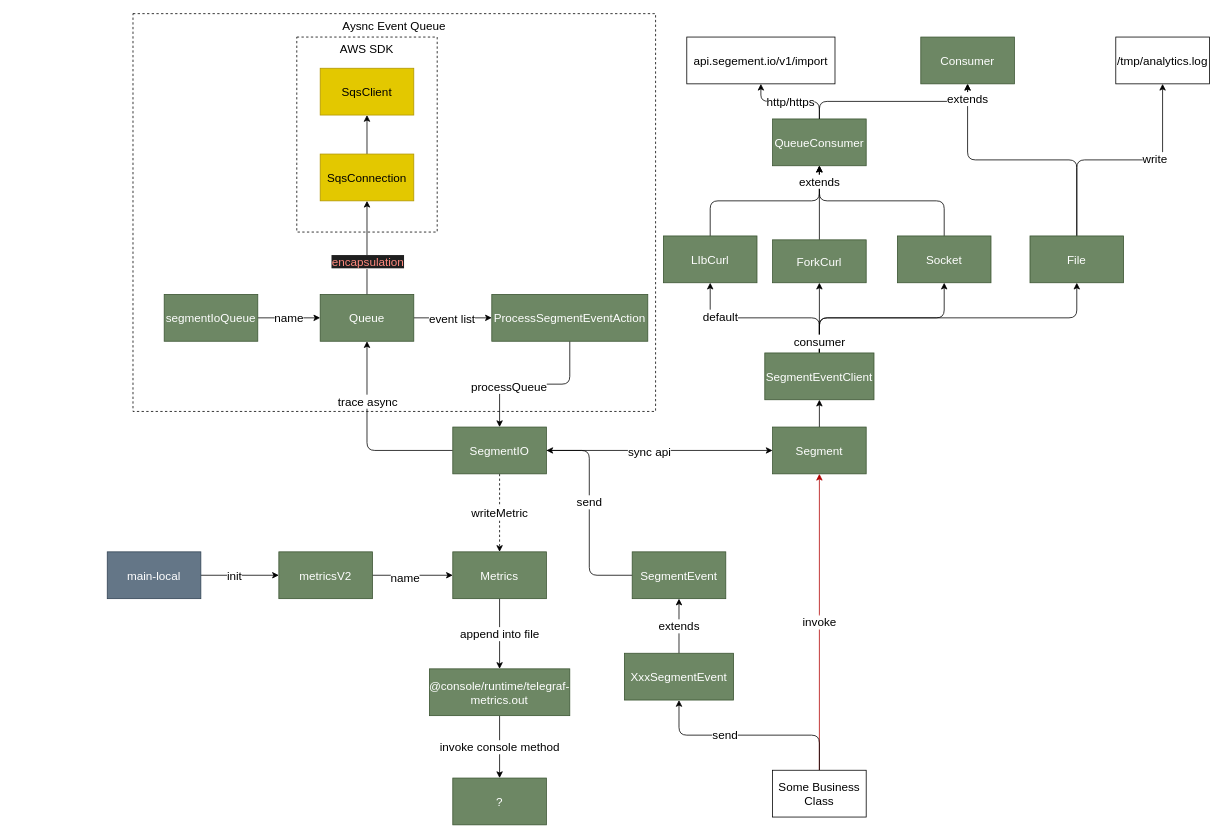
Earlier version of the draw.io diagram assets/SegmentEvent.drawio (sheldon-pacvue/segmenet-event). Source tidied: cells renumbered, new cells numbered last; positions are measured from the earlier drawing's top-left corner, leaving out a move shared by most shapes. Both pictures are drawn from the tidied source at 78%, with x=0, y=0 at pixel (107, 13).
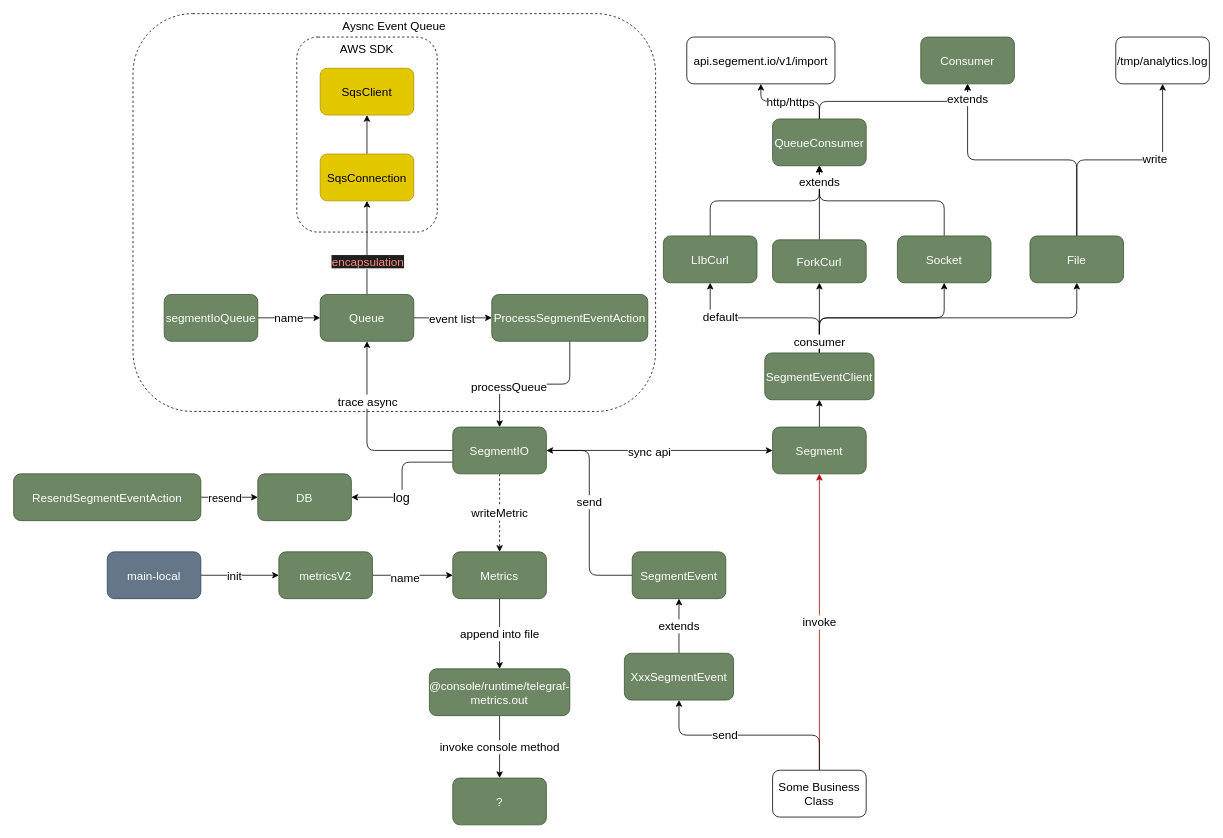
Above is the later version.

The change refers to these unchanged cells:
```xml
<mxCell id="4" style="edgeStyle=orthogonalEdgeStyle;html=1;exitX=0.5;exitY=0;exitDx=0;exitDy=0;endArrow=classic;endFill=1;fontSize=15;" parent="1" edge="1" source="9" target="52">
  <mxGeometry relative="1" as="geometry" />
</mxCell>
<mxCell id="13" style="edgeStyle=orthogonalEdgeStyle;html=1;exitX=0.5;exitY=0;exitDx=0;exitDy=0;entryX=0.5;entryY=1;entryDx=0;entryDy=0;endArrow=classic;endFill=1;fontSize=15;" parent="1" edge="1" source="15" target="49">
  <mxGeometry relative="1" as="geometry" />
</mxCell>
<mxCell id="16" style="edgeStyle=orthogonalEdgeStyle;html=1;entryX=0;entryY=0.5;entryDx=0;entryDy=0;exitX=1;exitY=0.5;exitDx=0;exitDy=0;fontSize=15;" parent="1" edge="1" source="21" target="11">
  <mxGeometry relative="1" as="geometry" />
</mxCell>
<mxCell id="18" style="edgeStyle=orthogonalEdgeStyle;html=1;exitX=0;exitY=0.5;exitDx=0;exitDy=0;entryX=0.5;entryY=1;entryDx=0;entryDy=0;fontSize=15;" parent="1" edge="1" source="21" target="30">
  <mxGeometry relative="1" as="geometry" />
</mxCell>
<mxCell id="24" style="edgeStyle=orthogonalEdgeStyle;html=1;fontSize=15;" parent="1" edge="1" source="30" target="32">
  <mxGeometry relative="1" as="geometry" />
</mxCell>
<mxCell id="26" style="edgeStyle=orthogonalEdgeStyle;html=1;entryX=0.5;entryY=0;entryDx=0;entryDy=0;fontSize=15;" parent="1" edge="1" source="50" target="21">
  <mxGeometry relative="1" as="geometry" />
</mxCell>
<mxCell id="28" style="edgeStyle=orthogonalEdgeStyle;html=1;exitX=1;exitY=0.5;exitDx=0;exitDy=0;entryX=0;entryY=0.5;entryDx=0;entryDy=0;endArrow=classic;endFill=1;fontSize=15;" parent="1" edge="1" source="30" target="50">
  <mxGeometry relative="1" as="geometry" />
</mxCell>
<mxCell id="36" style="edgeStyle=orthogonalEdgeStyle;html=1;endArrow=classic;endFill=1;fontSize=15;" parent="1" edge="1" source="38" target="35">
  <mxGeometry relative="1" as="geometry" />
</mxCell>
<mxCell id="39" style="edgeStyle=orthogonalEdgeStyle;html=1;endArrow=classic;endFill=1;fontSize=15;" parent="1" edge="1" source="41" target="38">
  <mxGeometry relative="1" as="geometry" />
</mxCell>
<mxCell id="45" style="edgeStyle=orthogonalEdgeStyle;html=1;entryX=1;entryY=0.5;entryDx=0;entryDy=0;endArrow=classic;endFill=1;fontSize=15;" parent="1" edge="1" source="47" target="21">
  <mxGeometry relative="1" as="geometry" />
</mxCell>
<mxCell id="56" style="edgeStyle=orthogonalEdgeStyle;html=1;endArrow=classic;endFill=1;fontSize=15;" parent="1" edge="1" source="58" target="65">
  <mxGeometry relative="1" as="geometry" />
</mxCell>
```

The edit, as a diff of the source:
```diff
@@
-    <mxCell id="2" value="Aysnc Event Queue" style="rounded=0;whiteSpace=wrap;html=1;dashed=1;verticalAlign=top;fontSize=15;" parent="1" vertex="1">
+    <mxCell id="2" value="Aysnc Event Queue" style="rounded=1;whiteSpace=wrap;html=1;dashed=1;verticalAlign=top;fontSize=15;" parent="1" vertex="1">
       <mxGeometry x="33" width="670" height="510" as="geometry" />
     </mxCell>
-    <mxCell id="3" value="AWS SDK" style="rounded=0;whiteSpace=wrap;html=1;verticalAlign=top;dashed=1;fontSize=15;" parent="1" vertex="1">
+    <mxCell id="3" value="AWS SDK" style="rounded=1;whiteSpace=wrap;html=1;verticalAlign=top;dashed=1;fontSize=15;" parent="1" vertex="1">
       <mxGeometry x="243" y="30" width="180" height="250" as="geometry" />
     </mxCell>
@@
-    <mxCell id="5" value="default" style="edgeLabel;html=1;align=center;verticalAlign=middle;fontSize=15;" parent="4" vertex="1">
+    <mxCell id="5" value="default" style="edgeLabel;html=1;align=center;verticalAlign=middle;fontSize=15;rounded=1;" parent="4" vertex="1">
       <mxGeometry x="0.5" y="-3" relative="1" as="geometry" />
     </mxCell>
@@
-    <mxCell id="9" value="SegmentEventClient" style="rounded=0;whiteSpace=wrap;html=1;fillColor=#6d8764;fontColor=#ffffff;strokeColor=#3A5431;fontSize=15;" parent="1" vertex="1">
+    <mxCell id="9" value="SegmentEventClient" style="rounded=1;whiteSpace=wrap;html=1;fillColor=#6d8764;fontColor=#ffffff;strokeColor=#3A5431;fontSize=15;" parent="1" vertex="1">
       <mxGeometry x="843" y="435" width="140" height="60" as="geometry" />
     </mxCell>
@@
-    <mxCell id="11" value="Segment" style="rounded=0;whiteSpace=wrap;html=1;fillColor=#6d8764;fontColor=#ffffff;strokeColor=#3A5431;fontSize=15;" parent="1" vertex="1">
+    <mxCell id="11" value="Segment" style="rounded=1;whiteSpace=wrap;html=1;fillColor=#6d8764;fontColor=#ffffff;strokeColor=#3A5431;fontSize=15;" parent="1" vertex="1">
       <mxGeometry x="853" y="530" width="120" height="60" as="geometry" />
     </mxCell>
@@
-    <mxCell id="14" value="send" style="edgeLabel;html=1;align=center;verticalAlign=middle;fontSize=15;" parent="13" vertex="1">
+    <mxCell id="14" value="send" style="edgeLabel;html=1;align=center;verticalAlign=middle;fontSize=15;rounded=1;" parent="13" vertex="1">
       <mxGeometry x="0.24" y="-1" relative="1" as="geometry" />
     </mxCell>
-    <mxCell id="15" value="Some Business Class" style="rounded=0;whiteSpace=wrap;html=1;fontSize=15;" parent="1" vertex="1">
+    <mxCell id="15" value="Some Business Class" style="rounded=1;whiteSpace=wrap;html=1;fontSize=15;" parent="1" vertex="1">
       <mxGeometry x="853" y="970" width="120" height="60" as="geometry" />
     </mxCell>
@@
-    <mxCell id="17" value="sync api" style="edgeLabel;html=1;align=center;verticalAlign=middle;fontSize=15;" parent="16" vertex="1">
+    <mxCell id="17" value="sync api" style="edgeLabel;html=1;align=center;verticalAlign=middle;fontSize=15;rounded=1;" parent="16" vertex="1">
       <mxGeometry x="0.24" y="2" relative="1" as="geometry">
         <mxPoint x="-49" y="2" as="offset" />
       </mxGeometry>
     </mxCell>
@@
-    <mxCell id="19" value="trace async" style="edgeLabel;html=1;align=center;verticalAlign=middle;fontSize=15;" parent="18" vertex="1">
+    <mxCell id="19" value="trace async" style="edgeLabel;html=1;align=center;verticalAlign=middle;fontSize=15;rounded=1;" parent="18" vertex="1">
       <mxGeometry x="0.19" y="-2" relative="1" as="geometry">
         <mxPoint x="-2" y="-25" as="offset" />
       </mxGeometry>
     </mxCell>
@@
+    <mxCell id="67" style="edgeStyle=orthogonalEdgeStyle;rounded=1;jettySize=auto;html=1;exitX=0;exitY=0.75;exitDx=0;exitDy=0;entryX=1;entryY=0.5;entryDx=0;entryDy=0;" parent="1" edge="1" source="21" target="69">
+      <mxGeometry relative="1" as="geometry" />
+    </mxCell>
+    <mxCell id="68" value="log" style="edgeLabel;html=1;align=center;verticalAlign=middle;fontSize=16;" parent="67" vertex="1">
+      <mxGeometry x="0.28" y="-1" relative="1" as="geometry" />
+    </mxCell>
-    <mxCell id="21" value="SegmentIO" style="rounded=0;whiteSpace=wrap;html=1;fillColor=#6d8764;fontColor=#ffffff;strokeColor=#3A5431;fontSize=15;" parent="1" vertex="1">
+    <mxCell id="21" value="SegmentIO" style="rounded=1;whiteSpace=wrap;html=1;fillColor=#6d8764;fontColor=#ffffff;strokeColor=#3A5431;fontSize=15;" parent="1" vertex="1">
       <mxGeometry x="443" y="530" width="120" height="60" as="geometry" />
     </mxCell>
@@
-    <mxCell id="23" value="segmentIoQueue" style="rounded=0;whiteSpace=wrap;html=1;fillColor=#6d8764;fontColor=#ffffff;strokeColor=#3A5431;fontSize=15;" parent="1" vertex="1">
+    <mxCell id="23" value="segmentIoQueue" style="rounded=1;whiteSpace=wrap;html=1;fillColor=#6d8764;fontColor=#ffffff;strokeColor=#3A5431;fontSize=15;" parent="1" vertex="1">
       <mxGeometry x="73" y="360" width="120" height="60" as="geometry" />
     </mxCell>
@@
-    <mxCell id="25" value="&lt;span style=&quot;color: rgb(255, 137, 126); font-family: Arial, sans-serif; font-size: 15px; text-align: left; background-color: rgb(31, 31, 31);&quot; class=&quot;t55VCb&quot;&gt;encapsulation&lt;/span&gt;" style="edgeLabel;html=1;align=center;verticalAlign=middle;fontSize=15;" parent="24" vertex="1">
+    <mxCell id="25" value="&lt;span style=&quot;color: rgb(255, 137, 126); font-family: Arial, sans-serif; font-size: 15px; text-align: left; background-color: rgb(31, 31, 31);&quot; class=&quot;t55VCb&quot;&gt;encapsulation&lt;/span&gt;" style="edgeLabel;html=1;align=center;verticalAlign=middle;fontSize=15;rounded=1;" parent="24" vertex="1">
       <mxGeometry x="-0.17" y="4" relative="1" as="geometry">
         <mxPoint x="4" y="7" as="offset" />
       </mxGeometry>
     </mxCell>
@@
-    <mxCell id="27" value="processQueue" style="edgeLabel;html=1;align=center;verticalAlign=middle;fontSize=15;" parent="26" vertex="1">
+    <mxCell id="27" value="processQueue" style="edgeLabel;html=1;align=center;verticalAlign=middle;fontSize=15;rounded=1;" parent="26" vertex="1">
       <mxGeometry x="0.34" y="2" relative="1" as="geometry" />
     </mxCell>
@@
-    <mxCell id="29" value="event list" style="edgeLabel;html=1;align=center;verticalAlign=middle;fontSize=15;" parent="28" vertex="1">
+    <mxCell id="29" value="event list" style="edgeLabel;html=1;align=center;verticalAlign=middle;fontSize=15;rounded=1;" parent="28" vertex="1">
       <mxGeometry x="-0.24" y="-2" relative="1" as="geometry">
         <mxPoint x="10" y="-2" as="offset" />
       </mxGeometry>
     </mxCell>
-    <mxCell id="30" value="Queue" style="rounded=0;whiteSpace=wrap;html=1;fillColor=#6d8764;fontColor=#ffffff;strokeColor=#3A5431;fontSize=15;" parent="1" vertex="1">
+    <mxCell id="30" value="Queue" style="rounded=1;whiteSpace=wrap;html=1;fillColor=#6d8764;fontColor=#ffffff;strokeColor=#3A5431;fontSize=15;" parent="1" vertex="1">
       <mxGeometry x="273" y="360" width="120" height="60" as="geometry" />
     </mxCell>
@@
-    <mxCell id="32" value="SqsConnection" style="rounded=0;whiteSpace=wrap;html=1;fillColor=#e3c800;fontColor=#000000;strokeColor=#B09500;fontSize=15;" parent="1" vertex="1">
+    <mxCell id="32" value="SqsConnection" style="rounded=1;whiteSpace=wrap;html=1;fillColor=#e3c800;fontColor=#000000;strokeColor=#B09500;fontSize=15;" parent="1" vertex="1">
       <mxGeometry x="273" y="180" width="120" height="60" as="geometry" />
     </mxCell>
-    <mxCell id="33" value="SqsClient" style="rounded=0;whiteSpace=wrap;html=1;fillColor=#e3c800;fontColor=#000000;strokeColor=#B09500;fontSize=15;" parent="1" vertex="1">
+    <mxCell id="33" value="SqsClient" style="rounded=1;whiteSpace=wrap;html=1;fillColor=#e3c800;fontColor=#000000;strokeColor=#B09500;fontSize=15;" parent="1" vertex="1">
       <mxGeometry x="273" y="70" width="120" height="60" as="geometry" />
     </mxCell>
@@
-    <mxCell id="35" value="Metrics" style="rounded=0;whiteSpace=wrap;html=1;fillColor=#6d8764;fontColor=#ffffff;strokeColor=#3A5431;fontSize=15;" parent="1" vertex="1">
+    <mxCell id="35" value="Metrics" style="rounded=1;whiteSpace=wrap;html=1;fillColor=#6d8764;fontColor=#ffffff;strokeColor=#3A5431;fontSize=15;" parent="1" vertex="1">
       <mxGeometry x="443" y="690" width="120" height="60" as="geometry" />
     </mxCell>
@@
-    <mxCell id="37" value="name" style="edgeLabel;html=1;align=center;verticalAlign=middle;fontSize=15;" parent="36" vertex="1">
+    <mxCell id="37" value="name" style="edgeLabel;html=1;align=center;verticalAlign=middle;fontSize=15;rounded=1;" parent="36" vertex="1">
       <mxGeometry x="-0.2" y="-2" relative="1" as="geometry" />
     </mxCell>
-    <mxCell id="38" value="metricsV2" style="rounded=0;whiteSpace=wrap;html=1;fillColor=#6d8764;fontColor=#ffffff;strokeColor=#3A5431;fontSize=15;" parent="1" vertex="1">
+    <mxCell id="38" value="metricsV2" style="rounded=1;whiteSpace=wrap;html=1;fillColor=#6d8764;fontColor=#ffffff;strokeColor=#3A5431;fontSize=15;" parent="1" vertex="1">
       <mxGeometry x="220" y="690" width="120" height="60" as="geometry" />
     </mxCell>
@@
-    <mxCell id="40" value="init" style="edgeLabel;html=1;align=center;verticalAlign=middle;fontSize=15;" parent="39" vertex="1">
+    <mxCell id="40" value="init" style="edgeLabel;html=1;align=center;verticalAlign=middle;fontSize=15;rounded=1;" parent="39" vertex="1">
       <mxGeometry x="0.2" y="-1" relative="1" as="geometry">
         <mxPoint x="-18" y="-1" as="offset" />
       </mxGeometry>
     </mxCell>
-    <mxCell id="41" value="main-local" style="rounded=0;whiteSpace=wrap;html=1;fillColor=#647687;fontColor=#ffffff;strokeColor=#314354;fontSize=15;" parent="1" vertex="1">
+    <mxCell id="41" value="main-local" style="rounded=1;whiteSpace=wrap;html=1;fillColor=#647687;fontColor=#ffffff;strokeColor=#314354;fontSize=15;" parent="1" vertex="1">
       <mxGeometry y="690" width="120" height="60" as="geometry" />
     </mxCell>
@@
-    <mxCell id="43" value="@console/runtime/telegraf-metrics.out" style="rounded=0;whiteSpace=wrap;html=1;fillColor=#6d8764;fontColor=#ffffff;strokeColor=#3A5431;fontSize=15;" parent="1" vertex="1">
+    <mxCell id="43" value="@console/runtime/telegraf-metrics.out" style="rounded=1;whiteSpace=wrap;html=1;fillColor=#6d8764;fontColor=#ffffff;strokeColor=#3A5431;fontSize=15;" parent="1" vertex="1">
       <mxGeometry x="413" y="840" width="180" height="60" as="geometry" />
     </mxCell>
-    <mxCell id="44" value="?" style="rounded=0;whiteSpace=wrap;html=1;fillColor=#6d8764;fontColor=#ffffff;strokeColor=#3A5431;fontSize=15;" parent="1" vertex="1">
+    <mxCell id="44" value="?" style="rounded=1;whiteSpace=wrap;html=1;fillColor=#6d8764;fontColor=#ffffff;strokeColor=#3A5431;fontSize=15;" parent="1" vertex="1">
       <mxGeometry x="443" y="980" width="120" height="60" as="geometry" />
     </mxCell>
@@
-    <mxCell id="46" value="send" style="edgeLabel;html=1;align=center;verticalAlign=middle;fontSize=15;" parent="45" vertex="1">
+    <mxCell id="46" value="send" style="edgeLabel;html=1;align=center;verticalAlign=middle;fontSize=15;rounded=1;" parent="45" vertex="1">
       <mxGeometry x="0.11" y="1" relative="1" as="geometry" />
     </mxCell>
-    <mxCell id="47" value="SegmentEvent" style="rounded=0;whiteSpace=wrap;html=1;fillColor=#6d8764;fontColor=#ffffff;strokeColor=#3A5431;fontSize=15;" parent="1" vertex="1">
+    <mxCell id="47" value="SegmentEvent" style="rounded=1;whiteSpace=wrap;html=1;fillColor=#6d8764;fontColor=#ffffff;strokeColor=#3A5431;fontSize=15;" parent="1" vertex="1">
       <mxGeometry x="673" y="690" width="120" height="60" as="geometry" />
     </mxCell>
@@
-    <mxCell id="49" value="XxxSegmentEvent" style="rounded=0;whiteSpace=wrap;html=1;fillColor=#6d8764;fontColor=#ffffff;strokeColor=#3A5431;fontSize=15;" parent="1" vertex="1">
+    <mxCell id="49" value="XxxSegmentEvent" style="rounded=1;whiteSpace=wrap;html=1;fillColor=#6d8764;fontColor=#ffffff;strokeColor=#3A5431;fontSize=15;" parent="1" vertex="1">
       <mxGeometry x="663" y="820" width="140" height="60" as="geometry" />
     </mxCell>
-    <mxCell id="50" value="ProcessSegmentEventAction" style="rounded=0;whiteSpace=wrap;html=1;fillColor=#6d8764;fontColor=#ffffff;strokeColor=#3A5431;fontSize=15;" parent="1" vertex="1">
+    <mxCell id="50" value="ProcessSegmentEventAction" style="rounded=1;whiteSpace=wrap;html=1;fillColor=#6d8764;fontColor=#ffffff;strokeColor=#3A5431;fontSize=15;" parent="1" vertex="1">
       <mxGeometry x="493" y="360" width="200" height="60" as="geometry" />
     </mxCell>
@@
-    <mxCell id="52" value="LIbCurl" style="rounded=0;whiteSpace=wrap;html=1;fillColor=#6d8764;fontColor=#ffffff;strokeColor=#3A5431;fontSize=15;" parent="1" vertex="1">
+    <mxCell id="52" value="LIbCurl" style="rounded=1;whiteSpace=wrap;html=1;fillColor=#6d8764;fontColor=#ffffff;strokeColor=#3A5431;fontSize=15;" parent="1" vertex="1">
       <mxGeometry x="713" y="285" width="120" height="60" as="geometry" />
     </mxCell>
@@
-    <mxCell id="54" value="ForkCurl" style="rounded=0;whiteSpace=wrap;html=1;fillColor=#6d8764;fontColor=#ffffff;strokeColor=#3A5431;fontSize=15;" parent="1" vertex="1">
+    <mxCell id="54" value="ForkCurl" style="rounded=1;whiteSpace=wrap;html=1;fillColor=#6d8764;fontColor=#ffffff;strokeColor=#3A5431;fontSize=15;" parent="1" vertex="1">
       <mxGeometry x="853" y="290" width="120" height="55" as="geometry" />
     </mxCell>
@@
-    <mxCell id="57" value="write" style="edgeLabel;html=1;align=center;verticalAlign=middle;fontSize=15;" parent="56" vertex="1">
+    <mxCell id="57" value="write" style="edgeLabel;html=1;align=center;verticalAlign=middle;fontSize=15;rounded=1;" parent="56" vertex="1">
       <mxGeometry x="0.29" y="3" relative="1" as="geometry">
         <mxPoint y="1" as="offset" />
       </mxGeometry>
     </mxCell>
-    <mxCell id="58" value="File" style="rounded=0;whiteSpace=wrap;html=1;fillColor=#6d8764;fontColor=#ffffff;strokeColor=#3A5431;fontSize=15;" parent="1" vertex="1">
+    <mxCell id="58" value="File" style="rounded=1;whiteSpace=wrap;html=1;fillColor=#6d8764;fontColor=#ffffff;strokeColor=#3A5431;fontSize=15;" parent="1" vertex="1">
       <mxGeometry x="1183" y="285" width="120" height="60" as="geometry" />
     </mxCell>
@@
-    <mxCell id="60" value="Socket" style="rounded=0;whiteSpace=wrap;html=1;fillColor=#6d8764;fontColor=#ffffff;strokeColor=#3A5431;fontSize=15;" parent="1" vertex="1">
+    <mxCell id="60" value="Socket" style="rounded=1;whiteSpace=wrap;html=1;fillColor=#6d8764;fontColor=#ffffff;strokeColor=#3A5431;fontSize=15;" parent="1" vertex="1">
       <mxGeometry x="1013" y="285" width="120" height="60" as="geometry" />
     </mxCell>
@@
-    <mxCell id="62" value="QueueConsumer" style="rounded=0;whiteSpace=wrap;html=1;fillColor=#6d8764;fontColor=#ffffff;strokeColor=#3A5431;fontSize=15;" parent="1" vertex="1">
+    <mxCell id="62" value="QueueConsumer" style="rounded=1;whiteSpace=wrap;html=1;fillColor=#6d8764;fontColor=#ffffff;strokeColor=#3A5431;fontSize=15;" parent="1" vertex="1">
       <mxGeometry x="853" y="135" width="120" height="60" as="geometry" />
     </mxCell>
@@
-    <mxCell id="64" value="Consumer" style="rounded=0;whiteSpace=wrap;html=1;fillColor=#6d8764;fontColor=#ffffff;strokeColor=#3A5431;fontSize=15;" parent="1" vertex="1">
+    <mxCell id="64" value="Consumer" style="rounded=1;whiteSpace=wrap;html=1;fillColor=#6d8764;fontColor=#ffffff;strokeColor=#3A5431;fontSize=15;" parent="1" vertex="1">
       <mxGeometry x="1043" y="30" width="120" height="60" as="geometry" />
     </mxCell>
-    <mxCell id="65" value="/tmp/analytics.log" style="rounded=0;whiteSpace=wrap;html=1;fontSize=15;" parent="1" vertex="1">
+    <mxCell id="65" value="/tmp/analytics.log" style="rounded=1;whiteSpace=wrap;html=1;fontSize=15;" parent="1" vertex="1">
       <mxGeometry x="1293" y="30" width="120" height="60" as="geometry" />
     </mxCell>
-    <mxCell id="66" value="api.segement.io/v1/import" style="rounded=0;whiteSpace=wrap;html=1;fontSize=15;" parent="1" vertex="1">
+    <mxCell id="66" value="api.segement.io/v1/import" style="rounded=1;whiteSpace=wrap;html=1;fontSize=15;" parent="1" vertex="1">
       <mxGeometry x="743" y="30" width="190" height="60" as="geometry" />
     </mxCell>
+    <mxCell id="69" value="DB" style="rounded=1;whiteSpace=wrap;html=1;fillColor=#6d8764;fontColor=#ffffff;strokeColor=#3A5431;fontSize=15;" parent="1" vertex="1">
+      <mxGeometry x="193" y="590" width="120" height="60" as="geometry" />
+    </mxCell>
+    <mxCell id="70" style="edgeStyle=orthogonalEdgeStyle;rounded=0;jettySize=auto;html=1;entryX=0;entryY=0.5;entryDx=0;entryDy=0;" parent="1" edge="1" source="72" target="69">
+      <mxGeometry relative="1" as="geometry" />
+    </mxCell>
+    <mxCell id="71" value="resend" style="edgeLabel;html=1;align=center;verticalAlign=middle;fontSize=14;" parent="70" vertex="1">
+      <mxGeometry x="-0.19" y="3" relative="1" as="geometry">
+        <mxPoint y="3" as="offset" />
+      </mxGeometry>
+    </mxCell>
+    <mxCell id="72" value="ResendSegmentEventAction" style="rounded=1;whiteSpace=wrap;html=1;fillColor=#6d8764;fontColor=#ffffff;strokeColor=#3A5431;fontSize=15;" parent="1" vertex="1">
+      <mxGeometry x="-120" y="590" width="240" height="60" as="geometry" />
+    </mxCell>
```
